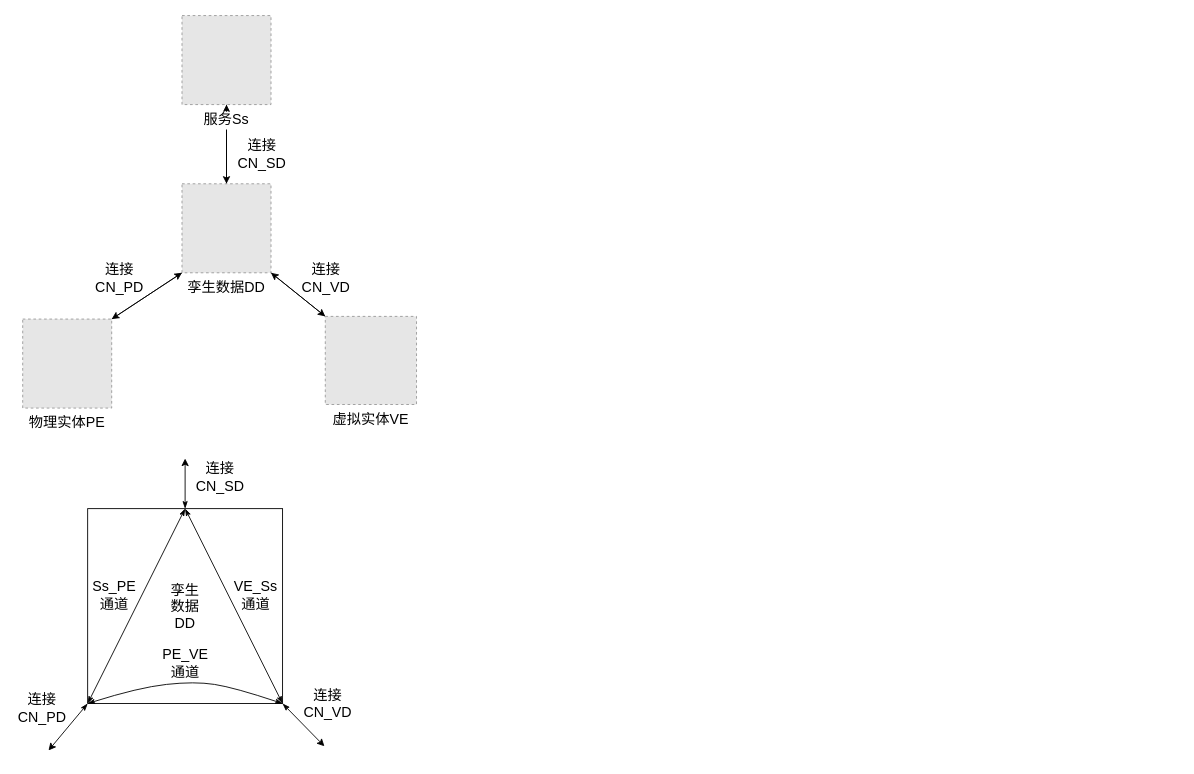
lilingkang/drawio-files keeps this draw.io diagram as 数字孪生模型.drawio. Above is the earlier version. Source tidied: cells renumbered, new cells numbered last; positions are measured from the earlier drawing's top-left corner, leaving out a move shared by most shapes. Both pictures are drawn from the tidied source at 89%, with x=0, y=0 at pixel (15, 15). Pictures stored in the file or linked from it are replaced by grey dashed boxes.
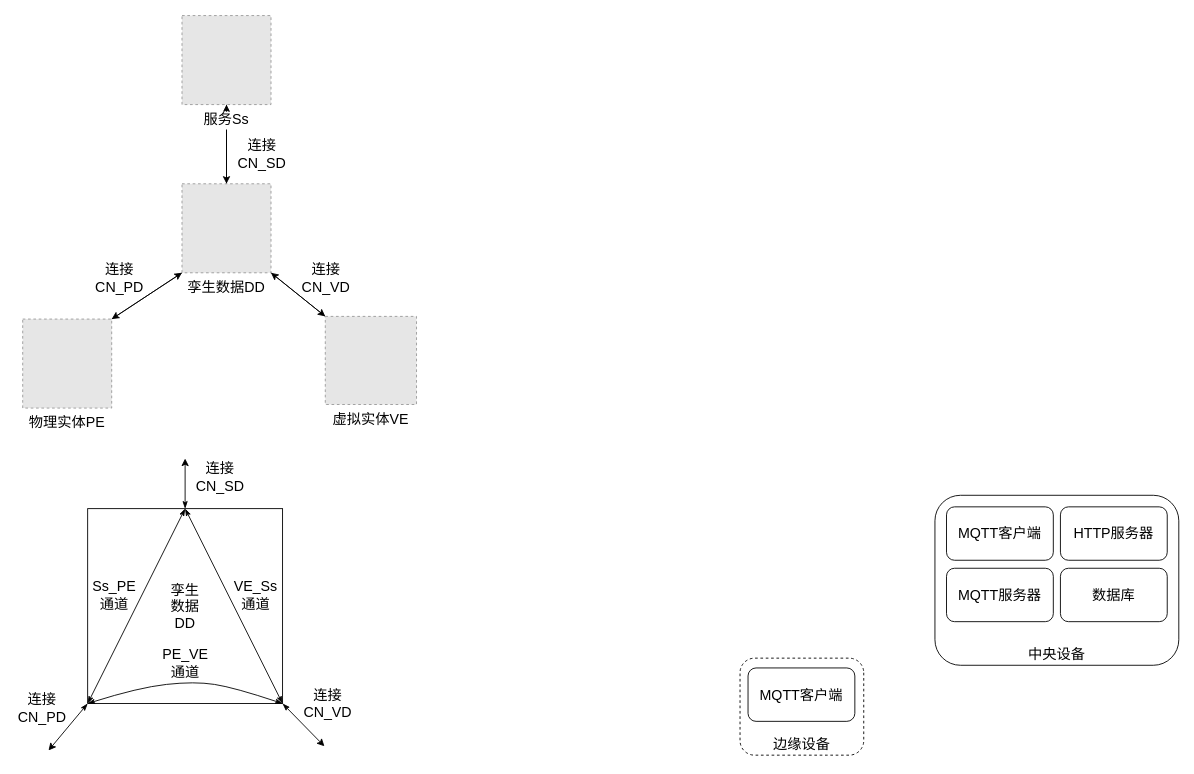
Above is the later version.

Commit message:
更新数字孪生模型.drawio

The edit, as a diff of the source:
```diff
@@
+    <mxCell id="28" value="&lt;font style=&quot;font-size: 16px;&quot;&gt;边缘设备&lt;/font&gt;" style="rounded=1;whiteSpace=wrap;html=1;direction=south;dashed=1;verticalAlign=bottom;" parent="1" vertex="1">
+      <mxGeometry x="814" y="722" width="139" height="109" as="geometry" />
+    </mxCell>
+    <mxCell id="29" value="MQTT客户端" style="rounded=1;whiteSpace=wrap;html=1;fontSize=16;" parent="1" vertex="1">
+      <mxGeometry x="823" y="733" width="120" height="60" as="geometry" />
+    </mxCell>
+    <mxCell id="30" value="中央设备" style="rounded=1;whiteSpace=wrap;html=1;fontSize=16;verticalAlign=bottom;" parent="1" vertex="1">
+      <mxGeometry x="1033" y="539" width="274" height="191" as="geometry" />
+    </mxCell>
+    <mxCell id="31" value="MQTT服务器" style="rounded=1;whiteSpace=wrap;html=1;fontSize=16;" parent="1" vertex="1">
+      <mxGeometry x="1046" y="621" width="120" height="60" as="geometry" />
+    </mxCell>
+    <mxCell id="32" value="HTTP服务器" style="rounded=1;whiteSpace=wrap;html=1;fontSize=16;" parent="1" vertex="1">
+      <mxGeometry x="1174" y="552" width="120" height="60" as="geometry" />
+    </mxCell>
+    <mxCell id="33" value="MQTT客户端" style="rounded=1;whiteSpace=wrap;html=1;fontSize=16;" parent="1" vertex="1">
+      <mxGeometry x="1046" y="552" width="120" height="60" as="geometry" />
+    </mxCell>
+    <mxCell id="34" value="数据库" style="rounded=1;whiteSpace=wrap;html=1;fontSize=16;" parent="1" vertex="1">
+      <mxGeometry x="1174" y="621" width="120" height="60" as="geometry" />
+    </mxCell>
```
